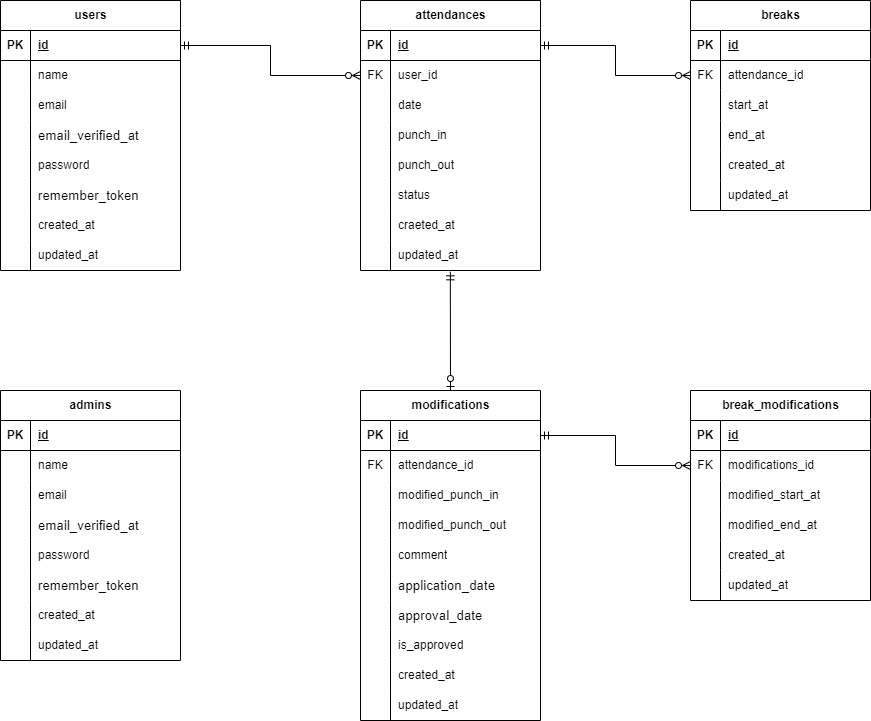
Earlier version of the draw.io export src/ER-diagram.drawio.png (Roba-97/ObanaRyota-mockcase2-attendance-app). Source tidied: cells renumbered, new cells last; positions are measured from the earlier drawing's top-left corner, leaving out a move shared by most shapes.
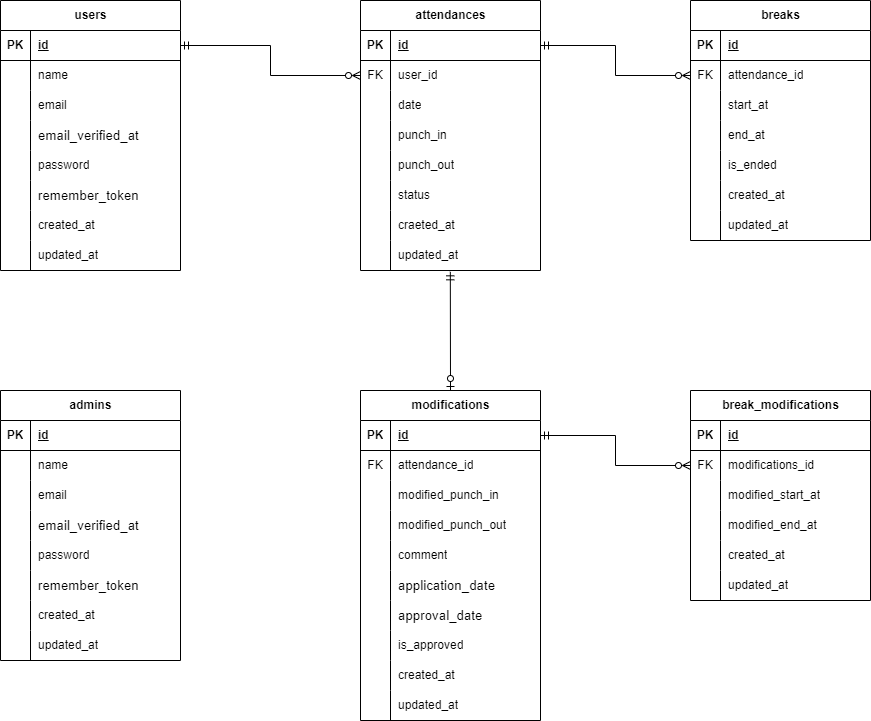
Above is the later version.

What changed in the source:
```diff
@@ -228,7 +228,7 @@
       <mxGeometry x="30" width="150" height="30" as="geometry" />
     </mxCell>
     <mxCell id="77" value="breaks" style="shape=table;startSize=30;rowLines=0;fontStyle=1;align=center;html=1;" parent="1" vertex="1">
-      <mxGeometry x="690" width="180" height="210" as="geometry" />
+      <mxGeometry x="690" width="180" height="240" as="geometry" />
     </mxCell>
     <mxCell id="78" style="shape=tableRow;horizontal=0;startSize=0;swimlaneHead=0;swimlaneBody=0;fillColor=none;top=0;left=0;right=0;bottom=1;" parent="77" vertex="1">
       <mxGeometry y="30" width="180" height="30" as="geometry" />
@@ -272,7 +272,7 @@
     <mxCell id="91" style="shape=partialRectangle;fillColor=none;top=0;left=0;bottom=0;right=0;overflow=hidden;whiteSpace=wrap;html=1;" parent="90" vertex="1">
       <mxGeometry width="30" height="30" as="geometry" />
     </mxCell>
-    <mxCell id="92" value="created_at" style="shape=partialRectangle;fillColor=none;top=0;left=0;bottom=0;right=0;align=left;spacingLeft=6;overflow=hidden;whiteSpace=wrap;html=1;" parent="90" vertex="1">
+    <mxCell id="92" value="is_ended" style="shape=partialRectangle;fillColor=none;top=0;left=0;bottom=0;right=0;align=left;spacingLeft=6;overflow=hidden;whiteSpace=wrap;html=1;" parent="90" vertex="1">
       <mxGeometry x="30" width="150" height="30" as="geometry" />
     </mxCell>
     <mxCell id="93" style="shape=tableRow;horizontal=0;startSize=0;swimlaneHead=0;swimlaneBody=0;fillColor=none;top=0;left=0;right=0;bottom=0;" parent="77" vertex="1">
@@ -281,9 +281,18 @@
     <mxCell id="94" style="shape=partialRectangle;fillColor=none;top=0;left=0;bottom=0;right=0;overflow=hidden;whiteSpace=wrap;html=1;" parent="93" vertex="1">
       <mxGeometry width="30" height="30" as="geometry" />
     </mxCell>
-    <mxCell id="95" value="updated_at" style="shape=partialRectangle;fillColor=none;top=0;left=0;bottom=0;right=0;align=left;spacingLeft=6;overflow=hidden;whiteSpace=wrap;html=1;" parent="93" vertex="1">
+    <mxCell id="95" value="&lt;span style=&quot;color: rgb(0, 0, 0);&quot;&gt;created_at&lt;/span&gt;" style="shape=partialRectangle;fillColor=none;top=0;left=0;bottom=0;right=0;align=left;spacingLeft=6;overflow=hidden;whiteSpace=wrap;html=1;" parent="93" vertex="1">
       <mxGeometry x="30" width="150" height="30" as="geometry" />
     </mxCell>
+    <mxCell id="150" style="shape=tableRow;horizontal=0;startSize=0;swimlaneHead=0;swimlaneBody=0;fillColor=none;top=0;left=0;right=0;bottom=0;" parent="77" vertex="1">
+      <mxGeometry y="210" width="180" height="30" as="geometry" />
+    </mxCell>
+    <mxCell id="151" style="shape=partialRectangle;fillColor=none;top=0;left=0;bottom=0;right=0;overflow=hidden;whiteSpace=wrap;html=1;" parent="150" vertex="1">
+      <mxGeometry width="30" height="30" as="geometry" />
+    </mxCell>
+    <mxCell id="152" value="&lt;span style=&quot;color: rgb(0, 0, 0);&quot;&gt;updated_at&lt;/span&gt;" style="shape=partialRectangle;fillColor=none;top=0;left=0;bottom=0;right=0;align=left;spacingLeft=6;overflow=hidden;whiteSpace=wrap;html=1;" parent="150" vertex="1">
+      <mxGeometry x="30" width="150" height="30" as="geometry" />
+    </mxCell>
     <mxCell id="96" value="modifications" style="shape=table;startSize=30;rowLines=0;fontStyle=1;align=center;html=1;" parent="1" vertex="1">
       <mxGeometry x="360" y="390" width="180" height="330" as="geometry" />
     </mxCell>
```
